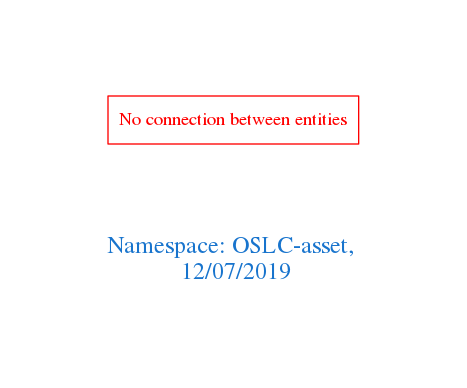
Above: downloads/OSLC-asset.png in arago/OGIT (Graphviz), before the change. Its source is kept beside it as downloads/OSLC-asset.dot.
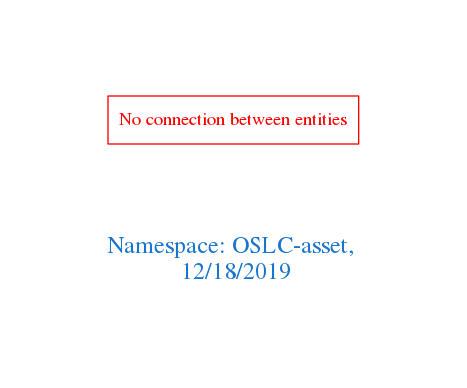
The same file after the commit.

Change to the diagram source:
```diff
@@ -1,7 +1,7 @@
 digraph OGIT_ontology {
  graph [ rankdir= LR,pad=1
 fontsize = 18,
-fontcolor= dodgerblue3,label = "\n\n\nNamespace: OSLC-asset, \n 12/07/2019"];
+fontcolor= dodgerblue3,label = "\n\n\nNamespace: OSLC-asset, \n 12/18/2019"];
 node[shape=polygon];
 edge [  color="gray81"];
 
```
